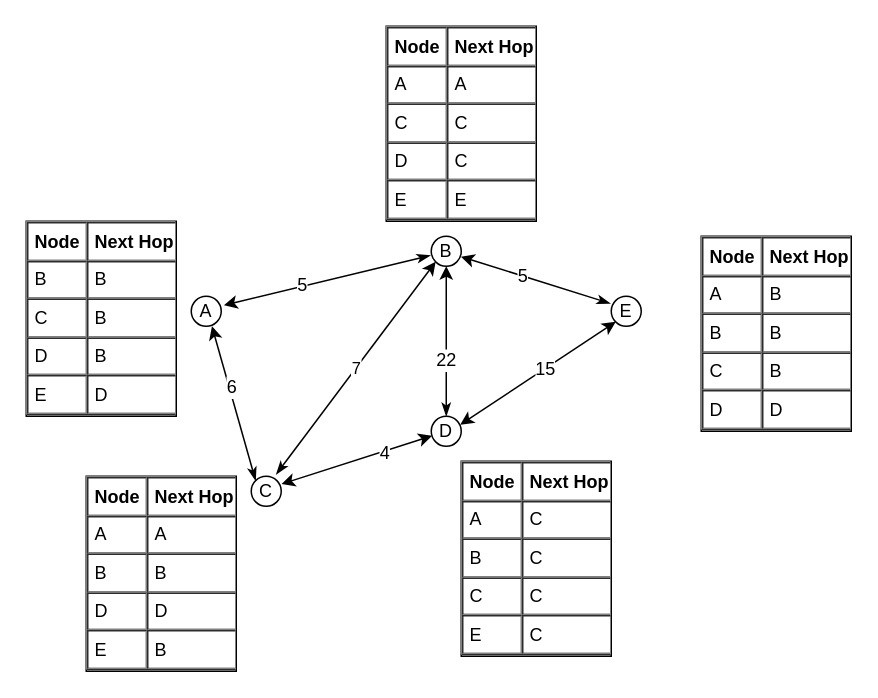
mngr0/wireless_presentation keeps this draw.io diagram as img/DV_routing.drawio. Above is the earlier version. Source tidied: cells renumbered, new cells numbered last; positions are measured from the earlier drawing's top-left corner, leaving out a move shared by most shapes. Both pictures are drawn from the tidied source at 150%, with x=0, y=0 at pixel (26, 26).
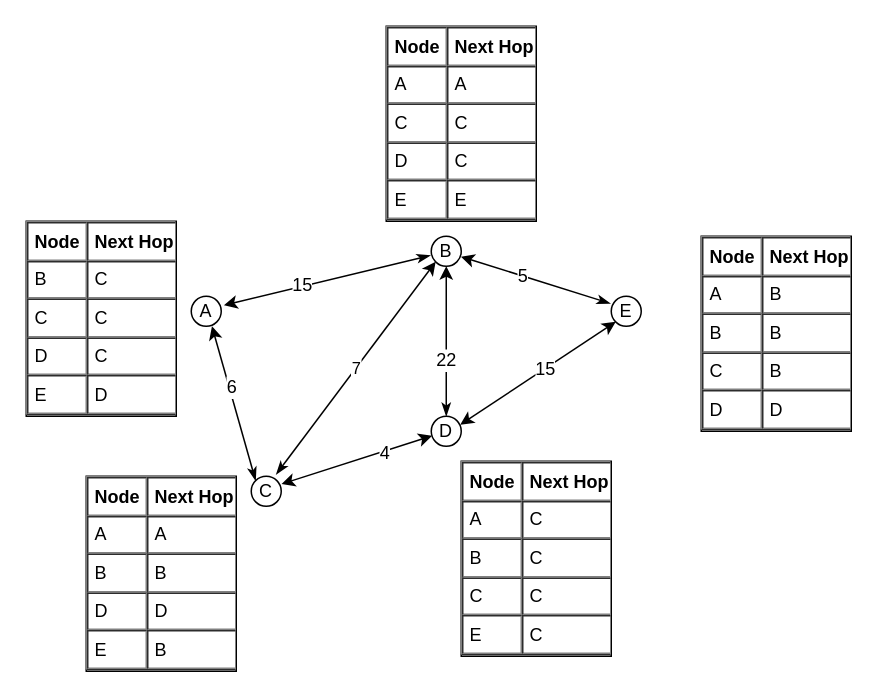
Above is the later version.

Unchanged cells that the change refers to:
```xml
<mxCell id="18" style="endArrow=classic;html=1;exitX=-0.03;exitY=0.64;exitDx=0;exitDy=0;entryX=1.09;entryY=0.3;entryDx=0;entryDy=0;startArrow=classicThin;startFill=1;entryPerimeter=0;exitPerimeter=0;" parent="1" edge="1" source="6" target="2">
  <mxGeometry relative="1" as="geometry" />
</mxCell>
```

The edit, as a diff of the source:
```diff
@@
-    <mxCell id="19" value="&lt;div&gt;5&lt;/div&gt;" style="text;html=1;align=center;verticalAlign=middle;labelBackgroundColor=#ffffff;" parent="18" vertex="1">
+    <mxCell id="19" value="15" style="text;html=1;align=center;verticalAlign=middle;labelBackgroundColor=#ffffff;" parent="18" vertex="1">
       <mxGeometry x="0.25" y="-1" relative="1" as="geometry" />
     </mxCell>
@@
-    <mxCell id="23" value="&lt;table style=&quot;font-size: 1em ; width: 100% ; height: 100%&quot; cellspacing=&quot;0&quot; cellpadding=&quot;4&quot; border=&quot;1&quot;&gt;&lt;tbody&gt;&lt;tr&gt;&lt;th&gt;Node&lt;br&gt;&lt;/th&gt;&lt;th&gt;Next Hop&lt;br&gt;&lt;/th&gt;&lt;/tr&gt;&lt;tr&gt;&lt;td&gt;B&lt;br&gt;&lt;/td&gt;&lt;td&gt;B&lt;br&gt;&lt;/td&gt;&lt;/tr&gt;&lt;tr&gt;&lt;td&gt;C&lt;br&gt;&lt;/td&gt;&lt;td&gt;B&lt;br&gt;&lt;/td&gt;&lt;/tr&gt;&lt;tr&gt;&lt;td&gt;D&lt;br&gt;&lt;/td&gt;&lt;td&gt;B&lt;br&gt;&lt;/td&gt;&lt;/tr&gt;&lt;tr&gt;&lt;td&gt;E&lt;/td&gt;&lt;td&gt;D&lt;/td&gt;&lt;/tr&gt;&lt;/tbody&gt;&lt;/table&gt; " style="verticalAlign=top;align=left;overflow=fill;fontSize=12;fontFamily=Helvetica;html=1;" parent="1" vertex="1">
+    <mxCell id="23" value="&lt;table style=&quot;font-size: 1em ; width: 100% ; height: 100%&quot; cellspacing=&quot;0&quot; cellpadding=&quot;4&quot; border=&quot;1&quot;&gt;&lt;tbody&gt;&lt;tr&gt;&lt;th&gt;Node&lt;br&gt;&lt;/th&gt;&lt;th&gt;Next Hop&lt;br&gt;&lt;/th&gt;&lt;/tr&gt;&lt;tr&gt;&lt;td&gt;B&lt;br&gt;&lt;/td&gt;&lt;td&gt;C&lt;br&gt;&lt;/td&gt;&lt;/tr&gt;&lt;tr&gt;&lt;td&gt;C&lt;br&gt;&lt;/td&gt;&lt;td&gt;C&lt;br&gt;&lt;/td&gt;&lt;/tr&gt;&lt;tr&gt;&lt;td&gt;D&lt;br&gt;&lt;/td&gt;&lt;td&gt;C&lt;br&gt;&lt;/td&gt;&lt;/tr&gt;&lt;tr&gt;&lt;td&gt;E&lt;/td&gt;&lt;td&gt;D&lt;/td&gt;&lt;/tr&gt;&lt;/tbody&gt;&lt;/table&gt; " style="verticalAlign=top;align=left;overflow=fill;fontSize=12;fontFamily=Helvetica;html=1;" parent="1" vertex="1">
       <mxGeometry y="130" width="100" height="130" as="geometry" />
     </mxCell>
```
